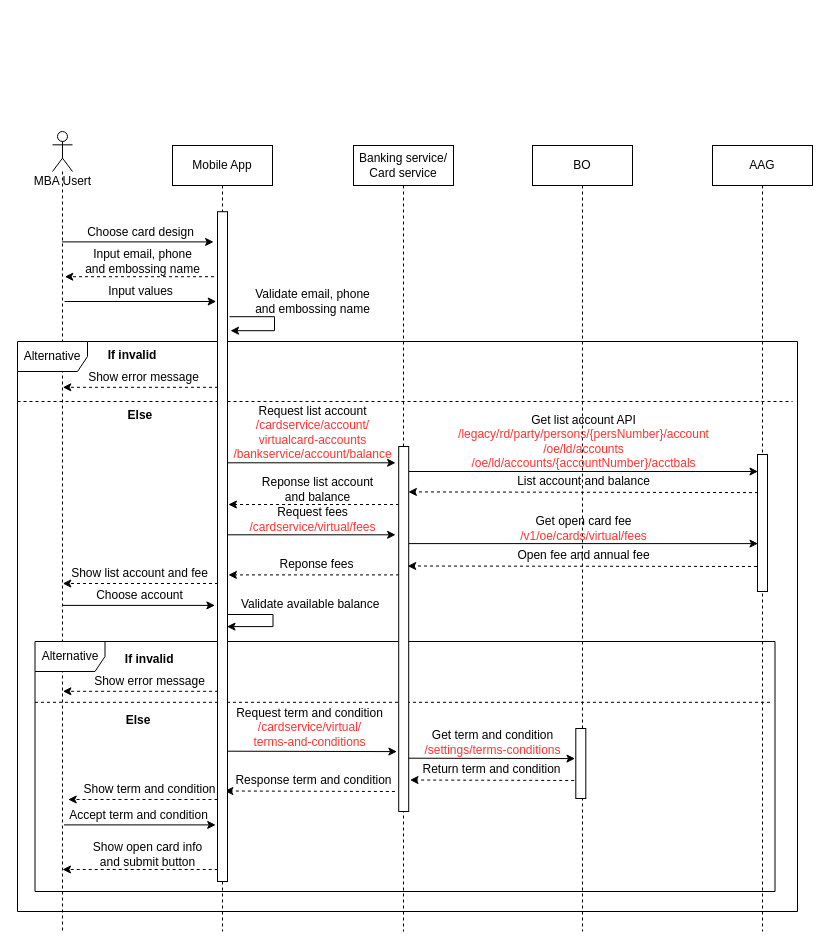
Earlier version of the draw.io diagram page "Open-card-user-info" (3 of 15) of Sequence Diagram.drawio (lyminh1994/diagram). Source tidied: cells renumbered, new cells numbered last; positions are measured from the earlier drawing's top-left corner, leaving out a move shared by most shapes. Both pictures are drawn from the tidied source at 100%, with x=0, y=0 at pixel (17, 131).
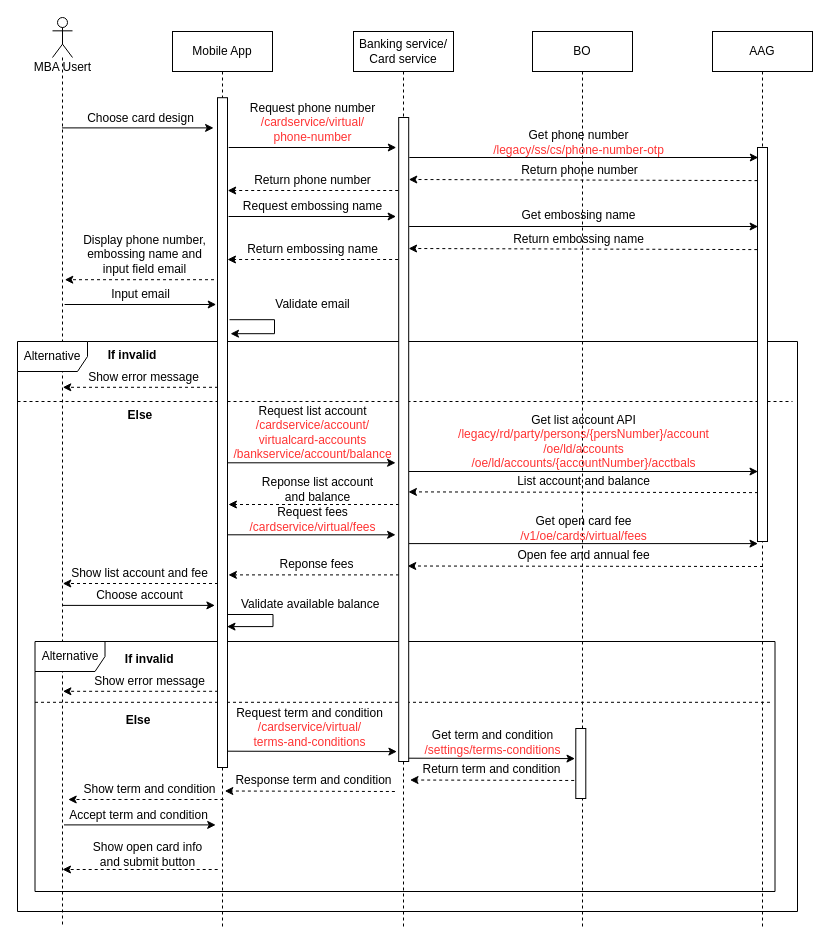
The same page after the edit.

What changed in the source:
```diff
@@
     <mxCell id="2" value="MBA Usert" style="shape=umlLifeline;participant=umlActor;perimeter=lifelinePerimeter;html=1;verticalAlign=top;spacingTop=36;strokeColor=#000000;strokeWidth=1;fillColor=none;size=40;" parent="1" vertex="1">
-      <mxGeometry x="35" width="20" height="800" as="geometry" />
+      <mxGeometry x="35" y="-114" width="20" height="910" as="geometry" />
     </mxCell>
     <mxCell id="3" value="&lt;span&gt;Mobile App&lt;/span&gt;" style="shape=umlLifeline;perimeter=lifelinePerimeter;whiteSpace=wrap;html=1;rounded=0;shadow=0;strokeColor=#000000;strokeWidth=1;fillColor=none;verticalAlign=middle;" parent="1" vertex="1">
-      <mxGeometry x="155" y="14" width="100" height="786" as="geometry" />
+      <mxGeometry x="155" y="-100" width="100" height="896" as="geometry" />
     </mxCell>
     <mxCell id="4" value="&lt;span&gt;Banking service/&lt;br&gt;Card service&lt;/span&gt;" style="shape=umlLifeline;perimeter=lifelinePerimeter;whiteSpace=wrap;html=1;rounded=0;shadow=0;strokeColor=#000000;strokeWidth=1;fillColor=none;verticalAlign=middle;" parent="1" vertex="1">
-      <mxGeometry x="336" y="14" width="100" height="786" as="geometry" />
+      <mxGeometry x="336" y="-100" width="100" height="896" as="geometry" />
     </mxCell>
     <mxCell id="5" value="&lt;span&gt;AAG&lt;/span&gt;" style="shape=umlLifeline;perimeter=lifelinePerimeter;whiteSpace=wrap;html=1;rounded=0;shadow=0;strokeColor=#000000;strokeWidth=1;fillColor=none;verticalAlign=middle;" parent="1" vertex="1">
-      <mxGeometry x="695" y="14" width="100" height="786" as="geometry" />
+      <mxGeometry x="695" y="-100" width="100" height="896" as="geometry" />
     </mxCell>
     <mxCell id="6" value="BO" style="shape=umlLifeline;perimeter=lifelinePerimeter;whiteSpace=wrap;html=1;" parent="1" vertex="1">
-      <mxGeometry x="515" y="14" width="100" height="786" as="geometry" />
+      <mxGeometry x="515" y="-100" width="100" height="896" as="geometry" />
     </mxCell>
     <mxCell id="7" value="Choose card design" style="text;html=1;align=center;verticalAlign=middle;strokeColor=none;fontSize=12;" parent="1" vertex="1">
-      <mxGeometry x="62.9" y="91" width="120" height="20" as="geometry" />
+      <mxGeometry x="62.9" y="-23" width="120" height="20" as="geometry" />
     </mxCell>
     <mxCell id="8" style="edgeStyle=none;rounded=0;orthogonalLoop=1;jettySize=auto;html=1;entryX=-0.386;entryY=0.666;entryDx=0;entryDy=0;entryPerimeter=0;fontSize=12;" parent="1" edge="1">
       <mxGeometry relative="1" as="geometry">
-        <mxPoint x="44.5" y="110.4" as="sourcePoint" />
-        <mxPoint x="196.1" y="110.4" as="targetPoint" />
+        <mxPoint x="44.5" y="-3.6" as="sourcePoint" />
+        <mxPoint x="196.1" y="-3.6" as="targetPoint" />
       </mxGeometry>
     </mxCell>
     <mxCell id="9" style="edgeStyle=none;rounded=0;orthogonalLoop=1;jettySize=auto;html=1;dashed=1;fontSize=12;" parent="1" edge="1">
       <mxGeometry relative="1" as="geometry">
-        <mxPoint x="202.5" y="145.2" as="sourcePoint" />
-        <mxPoint x="47.3" y="145.2" as="targetPoint" />
+        <mxPoint x="202.5" y="148.2" as="sourcePoint" />
+        <mxPoint x="47.3" y="148.2" as="targetPoint" />
         <Array as="points">
-          <mxPoint x="187.5" y="145.2" />
+          <mxPoint x="187.5" y="148.2" />
         </Array>
       </mxGeometry>
     </mxCell>
-    <mxCell id="10" value="Input email, phone&lt;br&gt;and embossing name" style="text;html=1;align=center;verticalAlign=middle;strokeColor=none;fontSize=12;" parent="1" vertex="1">
-      <mxGeometry x="59.9" y="115" width="130" height="30" as="geometry" />
+    <mxCell id="10" value="Display phone number,&lt;br&gt;embossing name and&lt;br&gt;input field email" style="text;html=1;align=center;verticalAlign=middle;strokeColor=none;fontSize=12;" parent="1" vertex="1">
+      <mxGeometry x="57.1" y="98" width="140" height="50" as="geometry" />
     </mxCell>
-    <mxCell id="11" value="Validate email, phone&lt;br&gt;and embossing name" style="text;html=1;align=center;verticalAlign=middle;strokeColor=none;fontSize=12;" parent="1" vertex="1">
-      <mxGeometry x="230" y="155.2" width="130" height="30" as="geometry" />
+    <mxCell id="11" value="Validate email" style="text;html=1;align=center;verticalAlign=middle;strokeColor=none;fontSize=12;" parent="1" vertex="1">
+      <mxGeometry x="250" y="163.2" width="90" height="20" as="geometry" />
     </mxCell>
     <mxCell id="12" style="edgeStyle=orthogonalEdgeStyle;rounded=0;orthogonalLoop=1;jettySize=auto;html=1;" parent="1" edge="1">
       <mxGeometry relative="1" as="geometry">
-        <mxPoint x="212" y="185.2" as="sourcePoint" />
-        <mxPoint x="213" y="199.2" as="targetPoint" />
+        <mxPoint x="212" y="188.2" as="sourcePoint" />
+        <mxPoint x="213" y="202.2" as="targetPoint" />
         <Array as="points">
-          <mxPoint x="257" y="185.2" />
-          <mxPoint x="257" y="199.2" />
+          <mxPoint x="257" y="188.2" />
+          <mxPoint x="257" y="202.2" />
         </Array>
       </mxGeometry>
     </mxCell>
     <mxCell id="13" style="edgeStyle=none;rounded=0;orthogonalLoop=1;jettySize=auto;html=1;entryX=-0.386;entryY=0.666;entryDx=0;entryDy=0;entryPerimeter=0;fontSize=12;" parent="1" edge="1">
       <mxGeometry relative="1" as="geometry">
-        <mxPoint x="47.1" y="170" as="sourcePoint" />
-        <mxPoint x="198.7" y="170" as="targetPoint" />
+        <mxPoint x="47.1" y="173" as="sourcePoint" />
+        <mxPoint x="198.7" y="173" as="targetPoint" />
       </mxGeometry>
     </mxCell>
-    <mxCell id="14" value="Input values" style="text;html=1;align=center;verticalAlign=middle;strokeColor=none;" parent="1" vertex="1">
-      <mxGeometry x="82.9" y="150.2" width="80" height="20" as="geometry" />
+    <mxCell id="14" value="Input email" style="text;html=1;align=center;verticalAlign=middle;strokeColor=none;" parent="1" vertex="1">
+      <mxGeometry x="87.9" y="153.2" width="70" height="20" as="geometry" />
     </mxCell>
@@
     <mxCell id="63" style="html=1;perimeter=orthogonalPerimeter;" parent="1" vertex="1">
-      <mxGeometry x="200" y="80.2" width="10" height="669.8" as="geometry" />
+      <mxGeometry x="200" y="-33.8" width="10" height="669.8" as="geometry" />
     </mxCell>
     <mxCell id="64" style="html=1;perimeter=orthogonalPerimeter;" parent="1" vertex="1">
-      <mxGeometry x="381.2" y="315" width="10" height="365" as="geometry" />
+      <mxGeometry x="381.2" y="-14" width="10" height="644" as="geometry" />
     </mxCell>
@@
     <mxCell id="66" style="html=1;perimeter=orthogonalPerimeter;" parent="1" vertex="1">
-      <mxGeometry x="740" y="323" width="10" height="137" as="geometry" />
+      <mxGeometry x="740" y="16" width="10" height="394" as="geometry" />
     </mxCell>
+    <mxCell id="67" style="edgeStyle=none;rounded=0;orthogonalLoop=1;jettySize=auto;html=1;entryX=-0.343;entryY=0.688;entryDx=0;entryDy=0;entryPerimeter=0;fontSize=12;" parent="1" edge="1">
+      <mxGeometry relative="1" as="geometry">
+        <mxPoint x="211.2" y="16" as="sourcePoint" />
+        <mxPoint x="378.8" y="16" as="targetPoint" />
+      </mxGeometry>
+    </mxCell>
+    <mxCell id="68" style="edgeStyle=none;rounded=0;orthogonalLoop=1;jettySize=auto;html=1;entryX=1.043;entryY=0.81;entryDx=0;entryDy=0;entryPerimeter=0;dashed=1;fontSize=12;" parent="1" edge="1">
+      <mxGeometry relative="1" as="geometry">
+        <mxPoint x="380.7" y="59" as="sourcePoint" />
+        <mxPoint x="210.2" y="59" as="targetPoint" />
+      </mxGeometry>
+    </mxCell>
+    <mxCell id="69" style="edgeStyle=none;rounded=0;orthogonalLoop=1;jettySize=auto;html=1;fontSize=12;entryX=0;entryY=0.078;entryDx=0;entryDy=0;entryPerimeter=0;" parent="1" edge="1">
+      <mxGeometry relative="1" as="geometry">
+        <mxPoint x="391.8" y="26" as="sourcePoint" />
+        <mxPoint x="740.8" y="26" as="targetPoint" />
+      </mxGeometry>
+    </mxCell>
+    <mxCell id="70" style="edgeStyle=none;rounded=0;orthogonalLoop=1;jettySize=auto;html=1;dashed=1;fontSize=12;entryX=0.871;entryY=0.792;entryDx=0;entryDy=0;entryPerimeter=0;exitX=0;exitY=0.079;exitDx=0;exitDy=0;exitPerimeter=0;" parent="1" edge="1">
+      <mxGeometry relative="1" as="geometry">
+        <mxPoint x="740" y="49.1" as="sourcePoint" />
+        <mxPoint x="391.3" y="48" as="targetPoint" />
+      </mxGeometry>
+    </mxCell>
+    <mxCell id="71" value="Request phone number&lt;br&gt;&lt;font color=&quot;#ff3333&quot;&gt;/cardservice/virtual/&lt;br&gt;phone-number&lt;/font&gt;" style="text;html=1;align=center;verticalAlign=middle;strokeColor=none;fontSize=12;" parent="1" vertex="1">
+      <mxGeometry x="225.2" y="-33.8" width="140" height="50" as="geometry" />
+    </mxCell>
+    <mxCell id="72" value="Get phone number&lt;br&gt;&lt;font color=&quot;#ff3333&quot;&gt;/legacy/ss/cs/phone-number-otp&lt;/font&gt;" style="text;html=1;align=center;verticalAlign=middle;strokeColor=none;fontSize=12;" parent="1" vertex="1">
+      <mxGeometry x="465.5" y="-4" width="190" height="30" as="geometry" />
+    </mxCell>
+    <mxCell id="73" value="Return phone number" style="text;html=1;align=center;verticalAlign=middle;strokeColor=none;fontSize=12;" parent="1" vertex="1">
+      <mxGeometry x="496.5" y="29" width="130" height="20" as="geometry" />
+    </mxCell>
+    <mxCell id="74" value="Return phone number" style="text;html=1;align=center;verticalAlign=middle;strokeColor=none;fontSize=12;" parent="1" vertex="1">
+      <mxGeometry x="230.2" y="39" width="130" height="20" as="geometry" />
+    </mxCell>
+    <mxCell id="75" style="edgeStyle=none;rounded=0;orthogonalLoop=1;jettySize=auto;html=1;entryX=-0.343;entryY=0.688;entryDx=0;entryDy=0;entryPerimeter=0;fontSize=12;" parent="1" edge="1">
+      <mxGeometry relative="1" as="geometry">
+        <mxPoint x="211.1" y="85" as="sourcePoint" />
+        <mxPoint x="378.6" y="85" as="targetPoint" />
+      </mxGeometry>
+    </mxCell>
+    <mxCell id="76" style="edgeStyle=none;rounded=0;orthogonalLoop=1;jettySize=auto;html=1;entryX=1.043;entryY=0.81;entryDx=0;entryDy=0;entryPerimeter=0;dashed=1;fontSize=12;" parent="1" edge="1">
+      <mxGeometry relative="1" as="geometry">
+        <mxPoint x="380.6" y="128" as="sourcePoint" />
+        <mxPoint x="210" y="128" as="targetPoint" />
+      </mxGeometry>
+    </mxCell>
+    <mxCell id="77" style="edgeStyle=none;rounded=0;orthogonalLoop=1;jettySize=auto;html=1;fontSize=12;entryX=0;entryY=0.078;entryDx=0;entryDy=0;entryPerimeter=0;" parent="1" edge="1">
+      <mxGeometry relative="1" as="geometry">
+        <mxPoint x="391.6" y="95" as="sourcePoint" />
+        <mxPoint x="740.6" y="95" as="targetPoint" />
+      </mxGeometry>
+    </mxCell>
+    <mxCell id="78" style="edgeStyle=none;rounded=0;orthogonalLoop=1;jettySize=auto;html=1;dashed=1;fontSize=12;entryX=0.871;entryY=0.792;entryDx=0;entryDy=0;entryPerimeter=0;exitX=0;exitY=0.079;exitDx=0;exitDy=0;exitPerimeter=0;" parent="1" edge="1">
+      <mxGeometry relative="1" as="geometry">
+        <mxPoint x="739.8" y="118.1" as="sourcePoint" />
+        <mxPoint x="391.1" y="117" as="targetPoint" />
+      </mxGeometry>
+    </mxCell>
+    <mxCell id="79" value="Request embossing name" style="text;html=1;align=center;verticalAlign=middle;strokeColor=none;fontSize=12;" parent="1" vertex="1">
+      <mxGeometry x="220.2" y="65" width="150" height="20" as="geometry" />
+    </mxCell>
+    <mxCell id="80" value="Get embossing name" style="text;html=1;align=center;verticalAlign=middle;strokeColor=none;fontSize=12;" parent="1" vertex="1">
+      <mxGeometry x="496.3" y="74" width="130" height="20" as="geometry" />
+    </mxCell>
+    <mxCell id="81" value="Return embossing name" style="text;html=1;align=center;verticalAlign=middle;strokeColor=none;fontSize=12;" parent="1" vertex="1">
+      <mxGeometry x="486.3" y="98" width="150" height="20" as="geometry" />
+    </mxCell>
+    <mxCell id="82" value="Return embossing name" style="text;html=1;align=center;verticalAlign=middle;strokeColor=none;fontSize=12;" parent="1" vertex="1">
+      <mxGeometry x="220" y="108" width="150" height="20" as="geometry" />
+    </mxCell>
```
